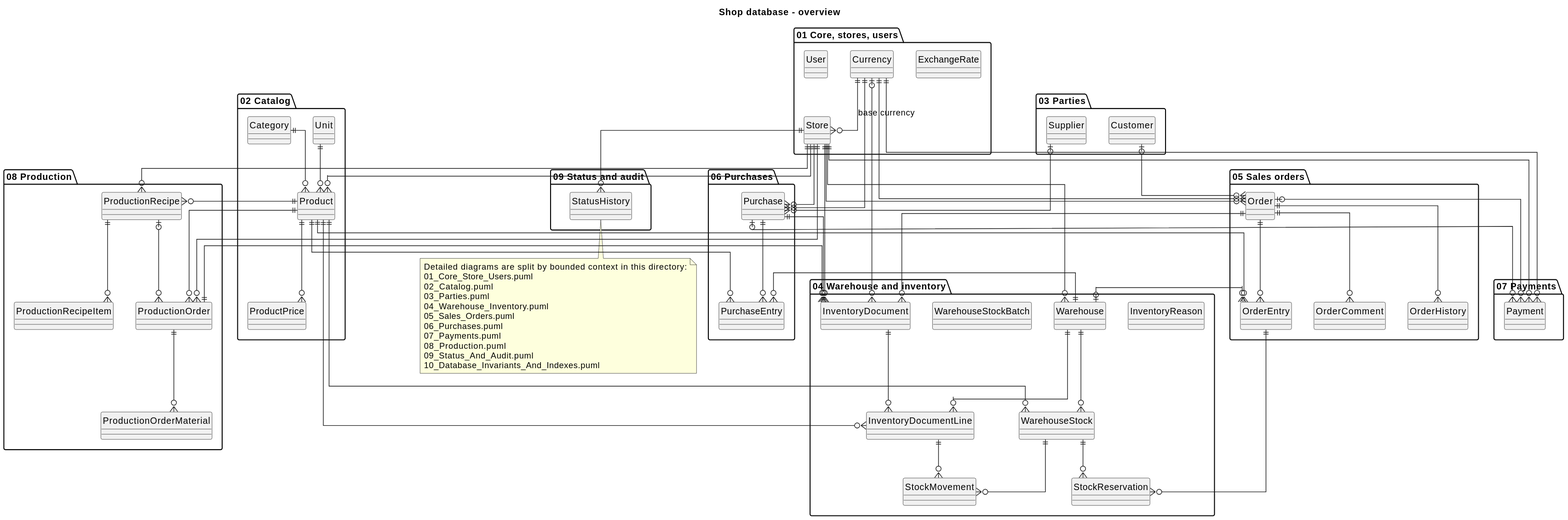
Tolik1794/shop keeps this PlantUML diagram as src/Uml/database/Database.svg. Above is the earlier version.
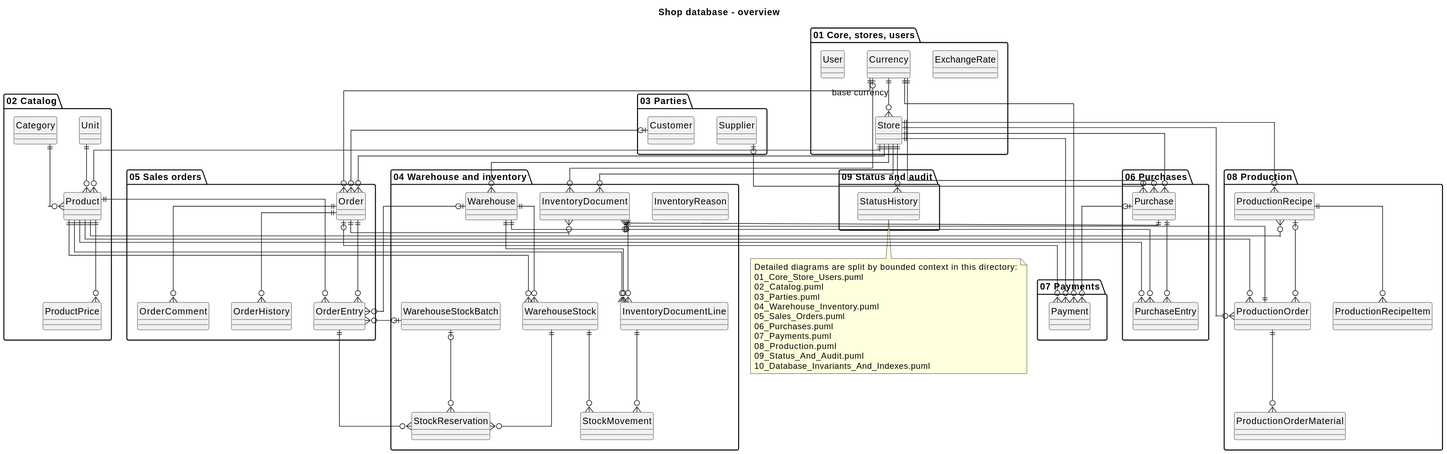
Above is the later version.

Change to the diagram source:
```diff
@@ -108,6 +108,8 @@
 WarehouseStock ||--o{ StockMovement
 OrderEntry ||--o{ StockReservation
 WarehouseStock ||--o{ StockReservation
+WarehouseStockBatch |o--o{ OrderEntry
+WarehouseStockBatch |o--o{ StockReservation
 
 ProductionRecipe ||--o{ ProductionRecipeItem
 ProductionRecipe |o--o{ ProductionOrder
```
